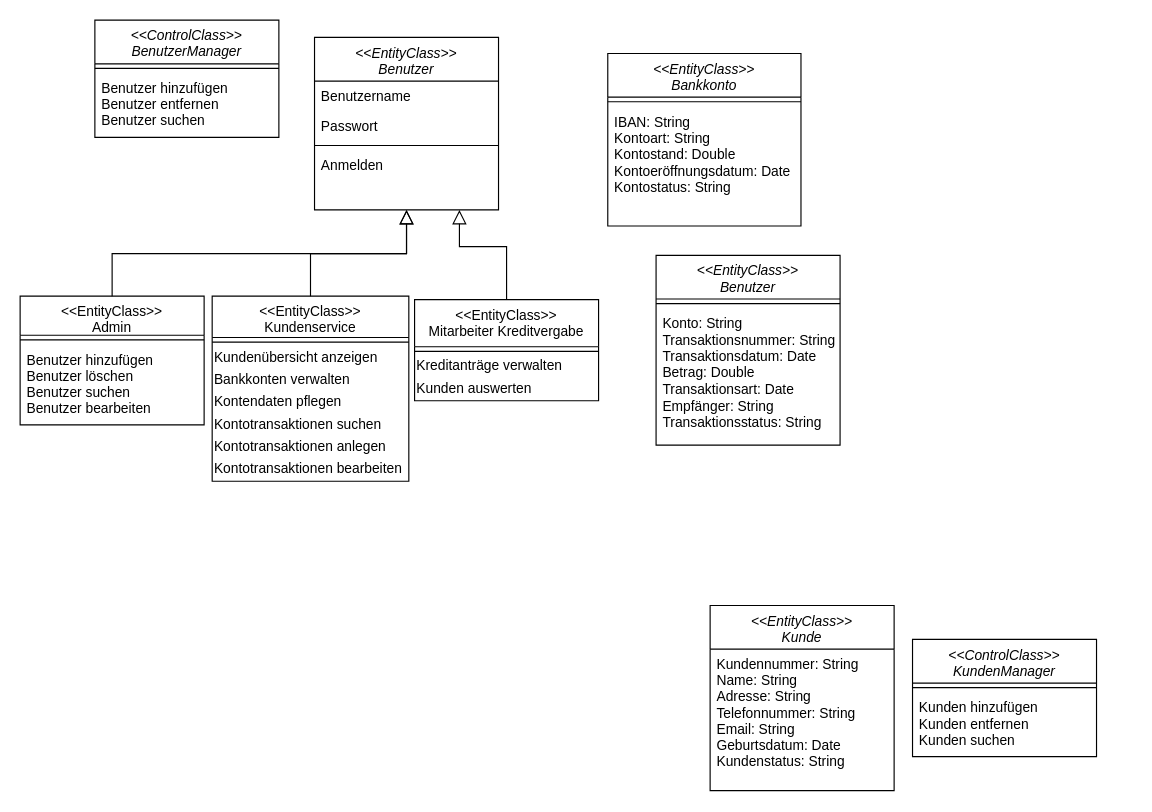
JaSc2912/VerteilteAnwendungen keeps this draw.io diagram as page "Technischer Entwurf" (5 of 5) of Datenmodell.drawio. Above is the earlier version. Source tidied: cells renumbered, new cells numbered last; positions are measured from the earlier drawing's top-left corner, leaving out a move shared by most shapes. Both pictures are drawn from the tidied source at 115%, with x=0, y=0 at pixel (20, 20).
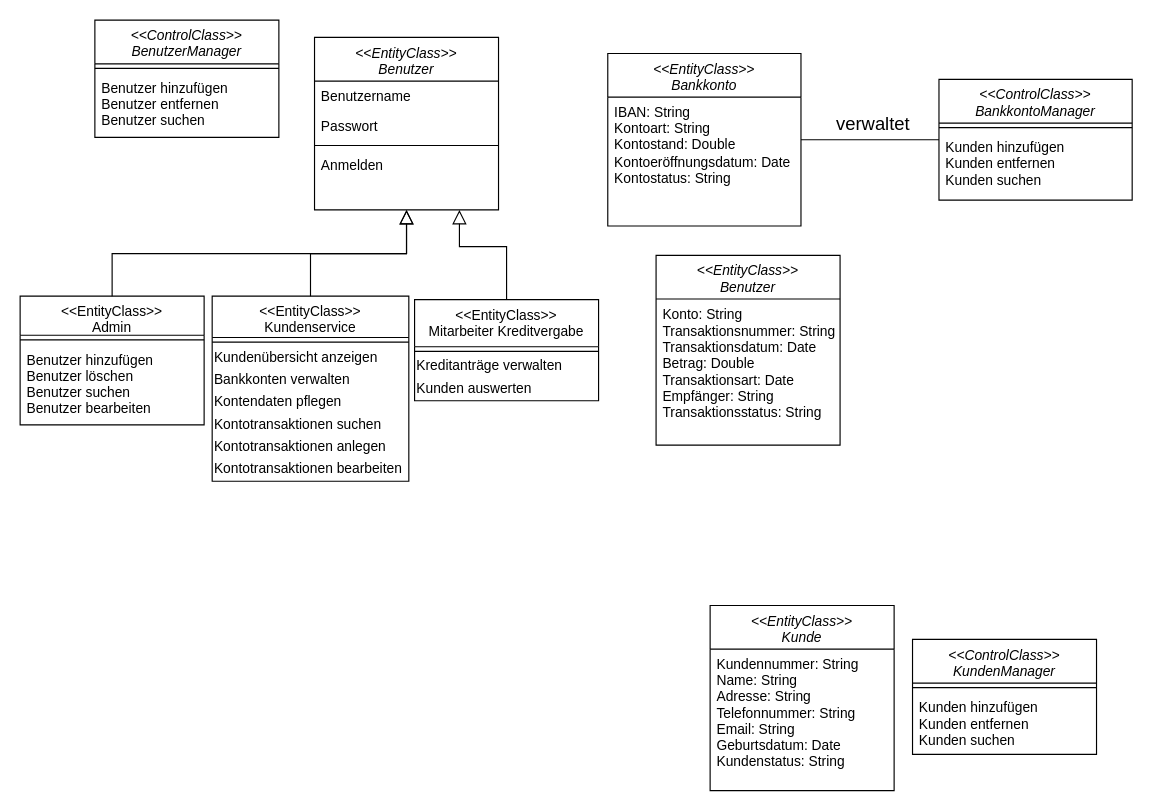
The same page after the edit.

The change refers to these unchanged cells:
```xml
<mxCell id="22" value="&lt;&lt;EntityClass&gt;&gt;&#10;Bankkonto" style="swimlane;fontStyle=2;align=center;verticalAlign=top;horizontal=1;startSize=38;rounded=0;shadow=0;strokeWidth=1;" parent="1" vertex="1">
  <mxGeometry x="511" y="29" width="168" height="150" as="geometry" />
</mxCell>
<mxCell id="25" value="&lt;&lt;EntityClass&gt;&gt;&#10;Benutzer" style="swimlane;fontStyle=2;align=center;verticalAlign=top;horizontal=1;startSize=38;rounded=0;shadow=0;strokeWidth=1;" parent="1" vertex="1">
  <mxGeometry x="553" y="204.5" width="160" height="165" as="geometry" />
</mxCell>
```

What changed in the source:
```diff
@@
+    <mxCell id="33" style="edgeStyle=none;curved=0;rounded=0;jettySize=auto;html=1;fontSize=12;endArrow=none;startFill=0;" parent="1" edge="1" source="22" target="34">
+      <mxGeometry relative="1" as="geometry" />
+    </mxCell>
@@
-    <mxCell id="23" style="line;html=1;strokeWidth=1;align=left;verticalAlign=middle;spacingTop=-1;spacingLeft=3;spacingRight=3;labelPosition=right;" parent="22" vertex="1">
-      <mxGeometry y="38" width="168" height="8" as="geometry" />
-    </mxCell>
     <mxCell id="24" value="&lt;p align=&quot;left&quot; style=&quot;margin:0px;margin-left:4px;&quot;&gt;IBAN: String&lt;/p&gt;&lt;p align=&quot;left&quot; style=&quot;margin:0px;margin-left:4px;&quot;&gt;Kontoart: String&lt;/p&gt;&lt;p align=&quot;left&quot; style=&quot;margin:0px;margin-left:4px;&quot;&gt;Kontostand: Double&lt;/p&gt;&lt;p align=&quot;left&quot; style=&quot;margin:0px;margin-left:4px;&quot;&gt;Kontoeröffnungsdatum: Date&lt;/p&gt;&lt;p align=&quot;left&quot; style=&quot;margin:0px;margin-left:4px;&quot;&gt;Kontostatus: String&lt;/p&gt;" style="text;html=1;align=left;verticalAlign=middle;strokeColor=none;fillColor=none;" parent="22" vertex="1">
-      <mxGeometry y="46" width="168" height="84" as="geometry" />
+      <mxGeometry y="38" width="168" height="84" as="geometry" />
     </mxCell>
@@
-    <mxCell id="26" style="line;html=1;strokeWidth=1;align=left;verticalAlign=middle;spacingTop=-1;spacingLeft=3;spacingRight=3;labelPosition=right;" parent="25" vertex="1">
-      <mxGeometry y="38" width="160" height="8" as="geometry" />
-    </mxCell>
     <mxCell id="27" value="&lt;p align=&quot;left&quot; style=&quot;margin:0px;margin-left:4px;&quot;&gt;Konto: String&lt;br&gt;&lt;/p&gt;&lt;p align=&quot;left&quot; style=&quot;margin:0px;margin-left:4px;&quot;&gt;Transaktionsnummer: String&lt;/p&gt;&lt;p align=&quot;left&quot; style=&quot;margin:0px;margin-left:4px;&quot;&gt;Transaktionsdatum: Date&lt;/p&gt;&lt;p align=&quot;left&quot; style=&quot;margin:0px;margin-left:4px;&quot;&gt;Betrag: Double&lt;/p&gt;&lt;p align=&quot;left&quot; style=&quot;margin:0px;margin-left:4px;&quot;&gt;Transaktionsart: Date&lt;/p&gt;&lt;p align=&quot;left&quot; style=&quot;margin:0px;margin-left:4px;&quot;&gt;Empfänger: String&lt;/p&gt;&lt;p align=&quot;left&quot; style=&quot;margin:0px;margin-left:4px;&quot;&gt;Transaktionsstatus: String&lt;/p&gt;" style="text;html=1;align=left;verticalAlign=middle;strokeColor=none;fillColor=none;" parent="25" vertex="1">
-      <mxGeometry y="46" width="160" height="113" as="geometry" />
+      <mxGeometry y="38" width="160" height="113" as="geometry" />
     </mxCell>
@@
     <mxCell id="30" value="&lt;&lt;ControlClass&gt;&gt;&#10;KundenManager" style="swimlane;fontStyle=2;align=center;verticalAlign=top;horizontal=1;startSize=38;rounded=0;shadow=0;strokeWidth=1;" parent="1" vertex="1">
-      <mxGeometry x="776" y="538.5" width="160" height="102" as="geometry" />
+      <mxGeometry x="776" y="538.5" width="160" height="100" as="geometry" />
     </mxCell>
@@
+    <mxCell id="34" value="&lt;&lt;ControlClass&gt;&gt;&#10;BankkontoManager" style="swimlane;fontStyle=2;align=center;verticalAlign=top;horizontal=1;startSize=38;rounded=0;shadow=0;strokeWidth=1;" parent="1" vertex="1">
+      <mxGeometry x="799" y="51.5" width="168" height="105" as="geometry" />
+    </mxCell>
+    <mxCell id="23" style="line;html=1;strokeWidth=1;align=left;verticalAlign=middle;spacingTop=-1;spacingLeft=3;spacingRight=3;labelPosition=right;" parent="34" vertex="1">
+      <mxGeometry y="38" width="168" height="8" as="geometry" />
+    </mxCell>
+    <mxCell id="35" value="Kunden hinzufügen&#10;Kunden entfernen&#10;Kunden suchen" style="text;align=left;verticalAlign=top;spacingLeft=4;spacingRight=4;overflow=hidden;" parent="34" vertex="1">
+      <mxGeometry y="46" width="168" height="54" as="geometry" />
+    </mxCell>
+    <mxCell id="36" value="verwaltet" style="text;strokeColor=none;fillColor=none;html=1;align=center;verticalAlign=middle;whiteSpace=wrap;rounded=0;fontSize=16;" parent="1" vertex="1">
+      <mxGeometry x="708" y="75" width="68" height="30" as="geometry" />
+    </mxCell>
```
